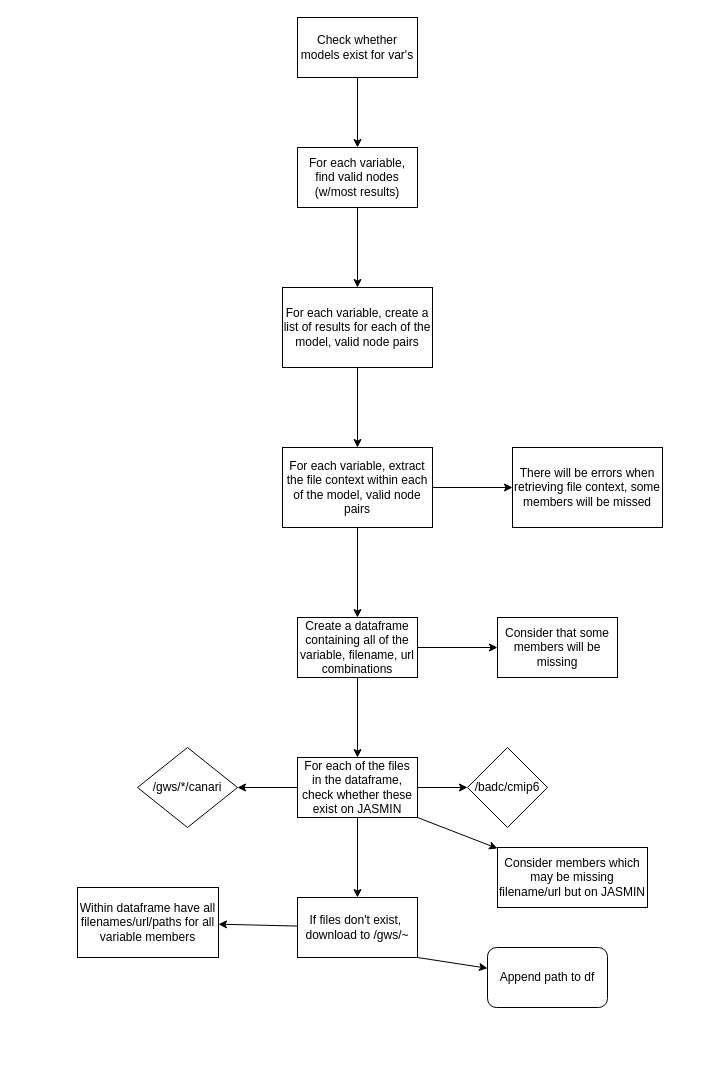
The draw.io diagram DCPP/downloading_dcpp_vis.drawio in benhutchmet/downloading-data, before the edit. Source tidied: cells renumbered, new cells numbered last; positions are measured from the earlier drawing's top-left corner, leaving out a move shared by most shapes. Both pictures are drawn from the tidied source at 100%, with x=0, y=0 at pixel (77, 17).
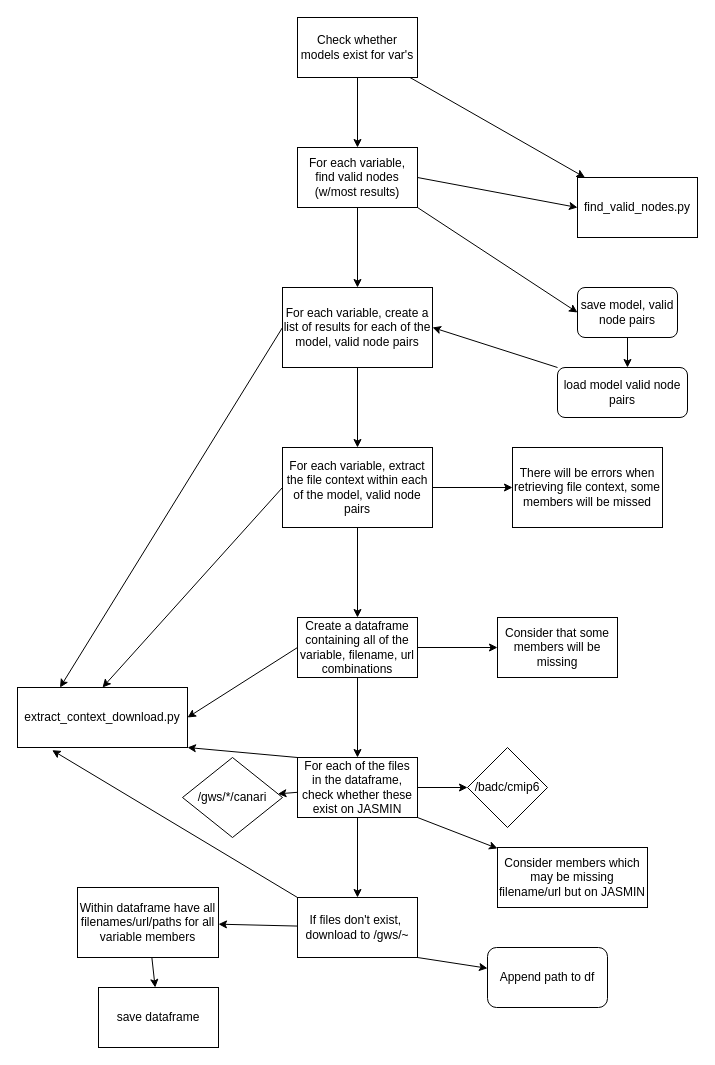
After the change.

The change refers to these unchanged cells:
```xml
<mxCell id="3" value="Check whether models exist for var's" style="rounded=0;whiteSpace=wrap;html=1;" parent="1" vertex="1">
  <mxGeometry x="220" width="120" height="60" as="geometry" />
</mxCell>
<mxCell id="5" value="For each variable, find valid nodes (w/most results)" style="rounded=0;whiteSpace=wrap;html=1;" parent="1" vertex="1">
  <mxGeometry x="220" y="130" width="120" height="60" as="geometry" />
</mxCell>
<mxCell id="7" value="For each variable, create a list of results for each of the model, valid node pairs" style="whiteSpace=wrap;html=1;rounded=0;" parent="1" vertex="1">
  <mxGeometry x="205" y="270" width="150" height="80" as="geometry" />
</mxCell>
<mxCell id="10" value="For each variable, extract the file context within each of the model, valid node pairs" style="whiteSpace=wrap;html=1;rounded=0;" parent="1" vertex="1">
  <mxGeometry x="205" y="430" width="150" height="80" as="geometry" />
</mxCell>
<mxCell id="13" value="Create a dataframe containing all of the variable, filename, url combinations" style="whiteSpace=wrap;html=1;rounded=0;" parent="1" vertex="1">
  <mxGeometry x="220" y="600" width="120" height="60" as="geometry" />
</mxCell>
<mxCell id="20" value="For each of the files in the dataframe, check whether these exist on JASMIN" style="whiteSpace=wrap;html=1;rounded=0;" parent="1" vertex="1">
  <mxGeometry x="220" y="740" width="120" height="60" as="geometry" />
</mxCell>
<mxCell id="25" value="If files don't exist,&amp;nbsp; download to /gws/~" style="whiteSpace=wrap;html=1;rounded=0;" parent="1" vertex="1">
  <mxGeometry x="220" y="880" width="120" height="60" as="geometry" />
</mxCell>
<mxCell id="27" value="Within dataframe have all filenames/url/paths for all variable members" style="whiteSpace=wrap;html=1;rounded=0;" parent="1" vertex="1">
  <mxGeometry y="870" width="141" height="70" as="geometry" />
</mxCell>
```

What changed in the source:
```diff
@@
+    <mxCell id="29" style="edgeStyle=none;html=1;" parent="1" edge="1" source="3" target="38">
+      <mxGeometry relative="1" as="geometry" />
+    </mxCell>
@@
+    <mxCell id="30" style="edgeStyle=none;html=1;exitX=1;exitY=0.5;exitDx=0;exitDy=0;entryX=0;entryY=0.5;entryDx=0;entryDy=0;" parent="1" edge="1" source="5" target="38">
+      <mxGeometry relative="1" as="geometry" />
+    </mxCell>
+    <mxCell id="31" style="edgeStyle=none;html=1;exitX=1;exitY=1;exitDx=0;exitDy=0;entryX=0;entryY=0.5;entryDx=0;entryDy=0;" parent="1" edge="1" source="5" target="42">
+      <mxGeometry relative="1" as="geometry" />
+    </mxCell>
@@
+    <mxCell id="32" style="edgeStyle=none;html=1;exitX=0;exitY=0.5;exitDx=0;exitDy=0;entryX=0.25;entryY=0;entryDx=0;entryDy=0;" parent="1" edge="1" source="7" target="39">
+      <mxGeometry relative="1" as="geometry" />
+    </mxCell>
@@
+    <mxCell id="33" style="edgeStyle=none;html=1;exitX=0;exitY=0.5;exitDx=0;exitDy=0;entryX=0.5;entryY=0;entryDx=0;entryDy=0;" parent="1" edge="1" source="10" target="39">
+      <mxGeometry relative="1" as="geometry" />
+    </mxCell>
@@
+    <mxCell id="34" style="edgeStyle=none;html=1;exitX=0;exitY=0.5;exitDx=0;exitDy=0;entryX=1;entryY=0.5;entryDx=0;entryDy=0;" parent="1" edge="1" source="13" target="39">
+      <mxGeometry relative="1" as="geometry" />
+    </mxCell>
@@
+    <mxCell id="35" style="edgeStyle=none;html=1;exitX=0;exitY=0;exitDx=0;exitDy=0;entryX=1;entryY=1;entryDx=0;entryDy=0;" parent="1" edge="1" source="20" target="39">
+      <mxGeometry relative="1" as="geometry" />
+    </mxCell>
@@
     <mxCell id="22" value="/gws/*/canari" style="rhombus;whiteSpace=wrap;html=1;rounded=0;" parent="1" vertex="1">
-      <mxGeometry x="60" y="730" width="100" height="80" as="geometry" />
+      <mxGeometry x="105" y="740" width="100" height="80" as="geometry" />
     </mxCell>
@@
+    <mxCell id="36" style="edgeStyle=none;html=1;exitX=0;exitY=0;exitDx=0;exitDy=0;entryX=0.204;entryY=1.045;entryDx=0;entryDy=0;entryPerimeter=0;" parent="1" edge="1" source="25" target="39">
+      <mxGeometry relative="1" as="geometry" />
+    </mxCell>
@@
+    <mxCell id="37" style="edgeStyle=none;html=1;" parent="1" edge="1" source="27" target="40">
+      <mxGeometry relative="1" as="geometry" />
+    </mxCell>
@@
+    <mxCell id="38" value="find_valid_nodes.py&lt;br&gt;" style="whiteSpace=wrap;html=1;rounded=0;" parent="1" vertex="1">
+      <mxGeometry x="500" y="160" width="120" height="60" as="geometry" />
+    </mxCell>
+    <mxCell id="39" value="extract_context_download.py" style="rounded=0;whiteSpace=wrap;html=1;" parent="1" vertex="1">
+      <mxGeometry x="-60" y="670" width="170" height="60" as="geometry" />
+    </mxCell>
+    <mxCell id="40" value="save dataframe" style="whiteSpace=wrap;html=1;rounded=0;" parent="1" vertex="1">
+      <mxGeometry x="21" y="970" width="120" height="60" as="geometry" />
+    </mxCell>
+    <mxCell id="41" style="edgeStyle=none;html=1;" parent="1" edge="1" source="42">
+      <mxGeometry relative="1" as="geometry">
+        <mxPoint x="550" y="350" as="targetPoint" />
+      </mxGeometry>
+    </mxCell>
+    <mxCell id="42" value="save model, valid node pairs" style="rounded=1;whiteSpace=wrap;html=1;" parent="1" vertex="1">
+      <mxGeometry x="500" y="270" width="100" height="50" as="geometry" />
+    </mxCell>
+    <mxCell id="43" style="edgeStyle=none;html=1;exitX=0;exitY=0;exitDx=0;exitDy=0;entryX=1;entryY=0.5;entryDx=0;entryDy=0;" parent="1" edge="1" source="44" target="7">
+      <mxGeometry relative="1" as="geometry" />
+    </mxCell>
+    <mxCell id="44" value="load model valid node pairs" style="rounded=1;whiteSpace=wrap;html=1;" parent="1" vertex="1">
+      <mxGeometry x="480" y="350" width="130" height="50" as="geometry" />
+    </mxCell>
```
